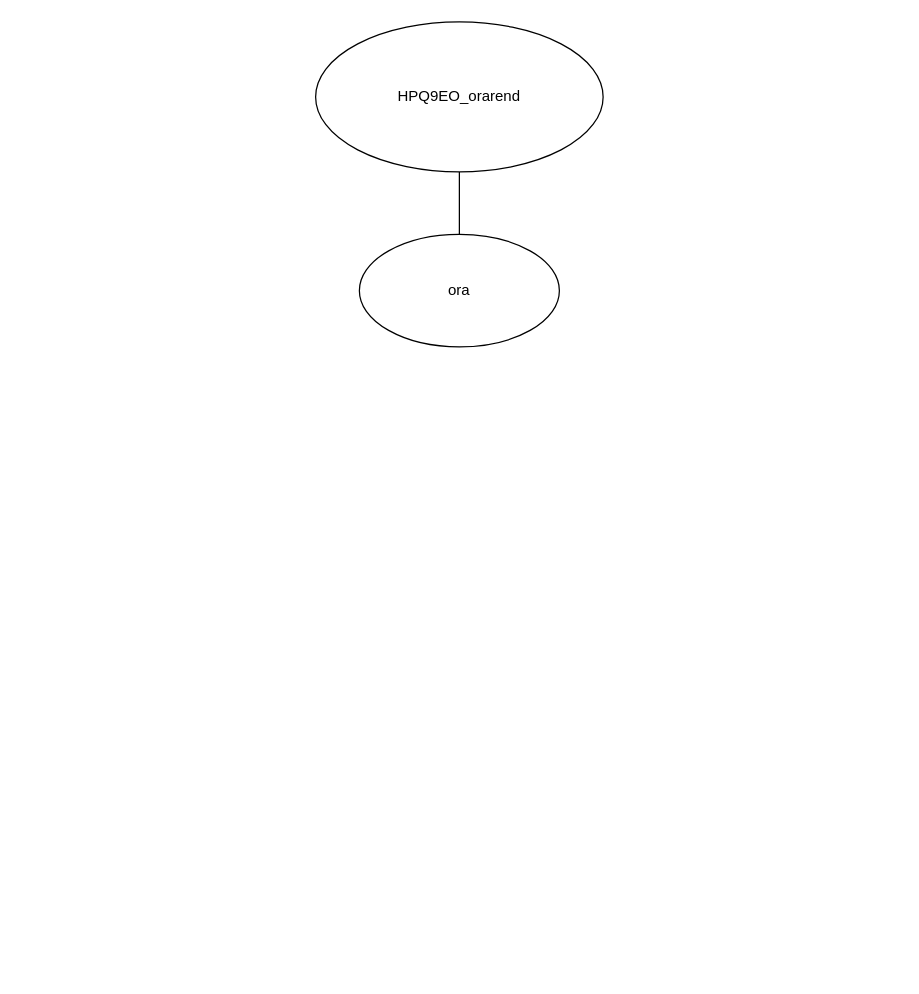
Above: HPQ9EO_0917/HPQ9EO_orarendXDM.drawio in dvd2001/HPQ9EOWebXML (draw.io), before the change. Source tidied: cells renumbered, new cells numbered last; positions are measured from the earlier drawing's top-left corner, leaving out a move shared by most shapes. Both pictures are drawn from the tidied source at 125%, with x=0, y=0 at pixel (315, 21).
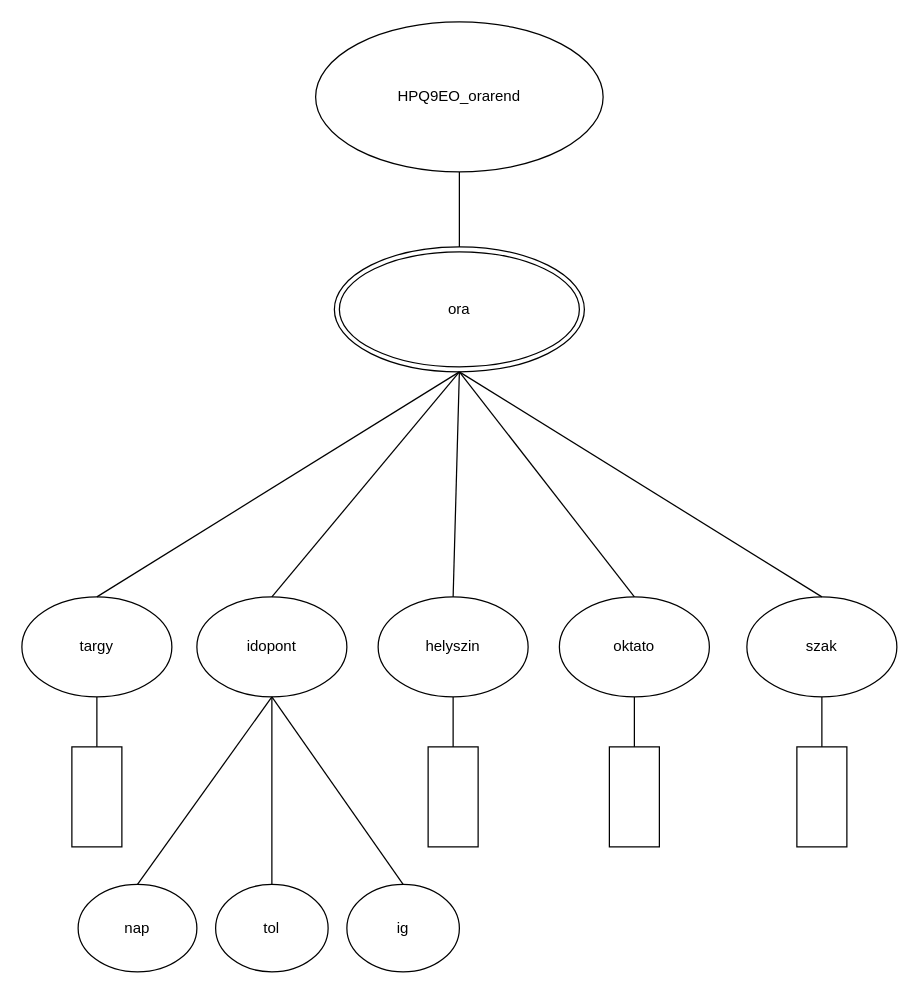
Above is the later version.

The edit, as a diff of the source:
```diff
@@
-    <mxCell id="4" value="ora" style="ellipse;whiteSpace=wrap;html=1;" parent="1" vertex="1">
-      <mxGeometry x="35" y="170" width="160" height="90" as="geometry" />
+    <mxCell id="4" value="ora" style="ellipse;shape=doubleEllipse;whiteSpace=wrap;html=1;" parent="1" vertex="1">
+      <mxGeometry x="15" y="180" width="200" height="100" as="geometry" />
     </mxCell>
+    <mxCell id="5" value="targy" style="ellipse;whiteSpace=wrap;html=1;" parent="1" vertex="1">
+      <mxGeometry x="-235" y="460" width="120" height="80" as="geometry" />
+    </mxCell>
+    <mxCell id="6" value="idopont" style="ellipse;whiteSpace=wrap;html=1;" parent="1" vertex="1">
+      <mxGeometry x="-95" y="460" width="120" height="80" as="geometry" />
+    </mxCell>
+    <mxCell id="7" value="helyszin" style="ellipse;whiteSpace=wrap;html=1;" parent="1" vertex="1">
+      <mxGeometry x="50" y="460" width="120" height="80" as="geometry" />
+    </mxCell>
+    <mxCell id="8" value="oktato" style="ellipse;whiteSpace=wrap;html=1;" parent="1" vertex="1">
+      <mxGeometry x="195" y="460" width="120" height="80" as="geometry" />
+    </mxCell>
+    <mxCell id="9" value="szak" style="ellipse;whiteSpace=wrap;html=1;" parent="1" vertex="1">
+      <mxGeometry x="345" y="460" width="120" height="80" as="geometry" />
+    </mxCell>
+    <mxCell id="10" style="endArrow=none;html=1;entryX=0.5;entryY=1;entryDx=0;entryDy=0;exitX=0.5;exitY=0;exitDx=0;exitDy=0;" parent="1" edge="1" source="5" target="4">
+      <mxGeometry relative="1" as="geometry" />
+    </mxCell>
+    <mxCell id="11" style="endArrow=none;html=1;entryX=0.5;entryY=1;entryDx=0;entryDy=0;exitX=0.5;exitY=0;exitDx=0;exitDy=0;" parent="1" edge="1" source="6" target="4">
+      <mxGeometry relative="1" as="geometry" />
+    </mxCell>
+    <mxCell id="12" style="endArrow=none;html=1;entryX=0.5;entryY=1;entryDx=0;entryDy=0;exitX=0.5;exitY=0;exitDx=0;exitDy=0;" parent="1" edge="1" source="7" target="4">
+      <mxGeometry relative="1" as="geometry" />
+    </mxCell>
+    <mxCell id="13" style="endArrow=none;html=1;entryX=0.5;entryY=1;entryDx=0;entryDy=0;exitX=0.5;exitY=0;exitDx=0;exitDy=0;" parent="1" edge="1" source="8" target="4">
+      <mxGeometry relative="1" as="geometry" />
+    </mxCell>
+    <mxCell id="14" style="endArrow=none;html=1;entryX=0.5;entryY=1;entryDx=0;entryDy=0;exitX=0.5;exitY=0;exitDx=0;exitDy=0;" parent="1" edge="1" source="9" target="4">
+      <mxGeometry relative="1" as="geometry" />
+    </mxCell>
+    <mxCell id="15" style="endArrow=none;html=1;entryX=0.5;entryY=1;entryDx=0;entryDy=0;exitX=0.5;exitY=0;exitDx=0;exitDy=0;" parent="1" edge="1" source="26" target="6">
+      <mxGeometry relative="1" as="geometry" />
+    </mxCell>
+    <mxCell id="16" style="endArrow=none;html=1;entryX=0.5;entryY=1;entryDx=0;entryDy=0;exitX=0.5;exitY=0;exitDx=0;exitDy=0;" parent="1" edge="1" source="28" target="6">
+      <mxGeometry relative="1" as="geometry" />
+    </mxCell>
+    <mxCell id="17" style="endArrow=none;html=1;entryX=0.5;entryY=1;entryDx=0;entryDy=0;exitX=0.5;exitY=0;exitDx=0;exitDy=0;" parent="1" edge="1" source="27" target="6">
+      <mxGeometry relative="1" as="geometry" />
+    </mxCell>
+    <mxCell id="18" style="endArrow=none;html=1;entryX=0.5;entryY=1;entryDx=0;entryDy=0;exitX=0.5;exitY=0;exitDx=0;exitDy=0;" parent="1" edge="1" source="22" target="5">
+      <mxGeometry relative="1" as="geometry" />
+    </mxCell>
+    <mxCell id="19" style="endArrow=none;html=1;entryX=0.5;entryY=1;entryDx=0;entryDy=0;exitX=0.5;exitY=0;exitDx=0;exitDy=0;" parent="1" edge="1" source="23" target="7">
+      <mxGeometry relative="1" as="geometry" />
+    </mxCell>
+    <mxCell id="20" style="endArrow=none;html=1;entryX=0.5;entryY=1;entryDx=0;entryDy=0;exitX=0.5;exitY=0;exitDx=0;exitDy=0;" parent="1" edge="1" source="24" target="8">
+      <mxGeometry relative="1" as="geometry">
+        <Array as="points">
+          <mxPoint x="255" y="570" />
+        </Array>
+      </mxGeometry>
+    </mxCell>
+    <mxCell id="21" style="endArrow=none;html=1;entryX=0.5;entryY=1;entryDx=0;entryDy=0;exitX=0.5;exitY=0;exitDx=0;exitDy=0;" parent="1" edge="1" source="25" target="9">
+      <mxGeometry relative="1" as="geometry" />
+    </mxCell>
+    <mxCell id="22" style="rounded=0;whiteSpace=wrap;html=1;" parent="1" vertex="1">
+      <mxGeometry x="-195" y="580" width="40" height="80" as="geometry" />
+    </mxCell>
+    <mxCell id="23" style="rounded=0;whiteSpace=wrap;html=1;" parent="1" vertex="1">
+      <mxGeometry x="90" y="580" width="40" height="80" as="geometry" />
+    </mxCell>
+    <mxCell id="24" style="rounded=0;whiteSpace=wrap;html=1;" parent="1" vertex="1">
+      <mxGeometry x="235" y="580" width="40" height="80" as="geometry" />
+    </mxCell>
+    <mxCell id="25" style="rounded=0;whiteSpace=wrap;html=1;" parent="1" vertex="1">
+      <mxGeometry x="385" y="580" width="40" height="80" as="geometry" />
+    </mxCell>
+    <mxCell id="26" value="nap" style="ellipse;whiteSpace=wrap;html=1;" parent="1" vertex="1">
+      <mxGeometry x="-190" y="690" width="95" height="70" as="geometry" />
+    </mxCell>
+    <mxCell id="27" value="tol" style="ellipse;whiteSpace=wrap;html=1;" parent="1" vertex="1">
+      <mxGeometry x="-80" y="690" width="90" height="70" as="geometry" />
+    </mxCell>
+    <mxCell id="28" value="ig" style="ellipse;whiteSpace=wrap;html=1;" parent="1" vertex="1">
+      <mxGeometry x="25" y="690" width="90" height="70" as="geometry" />
+    </mxCell>
```
